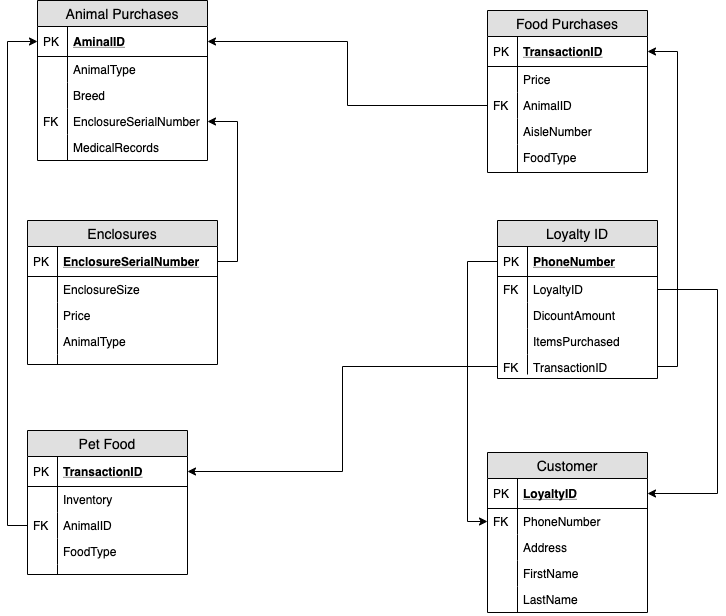
Above: Pet Shop/Pet Shop.png in allykurland/IST201-Spring2020 (draw.io), before the change. Source tidied: cells renumbered, new cells last; positions are measured from the earlier drawing's top-left corner, leaving out a move shared by most shapes.
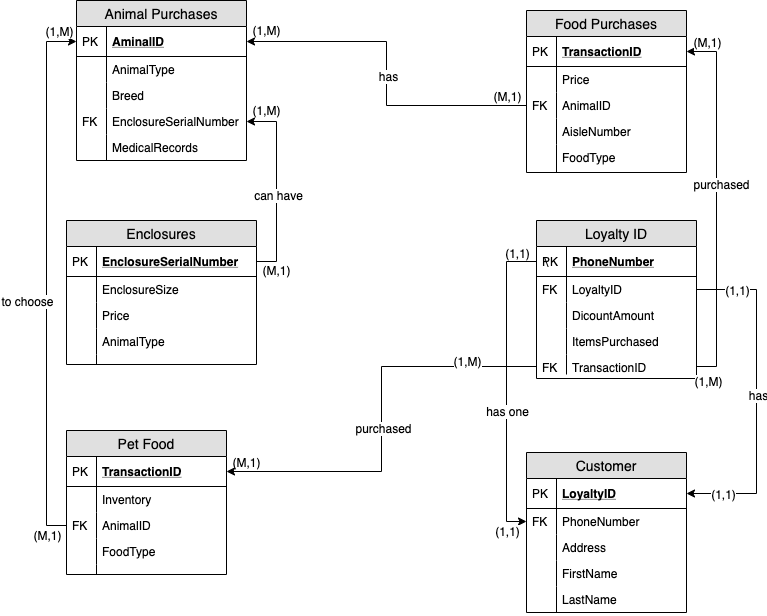
The same file after the commit.

Diff of the diagram source:
```diff
@@ -203,6 +203,21 @@
     <mxCell id="68" style="edgeStyle=orthogonalEdgeStyle;rounded=0;jettySize=auto;html=1;exitX=0;exitY=0.5;exitDx=0;exitDy=0;entryX=0;entryY=0.5;entryDx=0;entryDy=0;" parent="1" edge="1" source="25" target="60">
       <mxGeometry relative="1" as="geometry" />
     </mxCell>
+    <mxCell id="75" value="(1,1)" style="text;html=1;align=center;verticalAlign=middle;labelBackgroundColor=#ffffff;" parent="68" vertex="1">
+      <mxGeometry x="-0.84" y="4" relative="1" as="geometry">
+        <mxPoint x="5" y="-13" as="offset" />
+      </mxGeometry>
+    </mxCell>
+    <mxCell id="76" value="(1,1)" style="text;html=1;align=center;verticalAlign=middle;labelBackgroundColor=#ffffff;" parent="68" vertex="1">
+      <mxGeometry x="0.94" y="-4" relative="1" as="geometry">
+        <mxPoint x="-11" y="5" as="offset" />
+      </mxGeometry>
+    </mxCell>
+    <mxCell id="77" value="has one" style="text;html=1;align=center;verticalAlign=middle;labelBackgroundColor=#ffffff;" parent="68" vertex="1">
+      <mxGeometry x="0.32" y="-3" relative="1" as="geometry">
+        <mxPoint x="3" y="-26" as="offset" />
+      </mxGeometry>
+    </mxCell>
     <mxCell id="69" style="edgeStyle=orthogonalEdgeStyle;rounded=0;jettySize=auto;html=1;exitX=1;exitY=0.5;exitDx=0;exitDy=0;entryX=1;entryY=0.5;entryDx=0;entryDy=0;" parent="1" edge="1" source="27" target="58">
       <mxGeometry relative="1" as="geometry">
         <Array as="points">
@@ -211,20 +226,95 @@
         </Array>
       </mxGeometry>
     </mxCell>
+    <mxCell id="78" value="(1,1)" style="text;html=1;align=center;verticalAlign=middle;labelBackgroundColor=#ffffff;" parent="69" vertex="1">
+      <mxGeometry x="0.78" y="1" relative="1" as="geometry">
+        <mxPoint y="-1" as="offset" />
+      </mxGeometry>
+    </mxCell>
+    <mxCell id="79" value="has" style="text;html=1;align=center;verticalAlign=middle;labelBackgroundColor=#ffffff;" parent="69" vertex="1">
+      <mxGeometry x="-0.01" y="1" relative="1" as="geometry" />
+    </mxCell>
+    <mxCell id="80" value="(1,1)" style="text;html=1;align=center;verticalAlign=middle;labelBackgroundColor=#ffffff;rotation=0;" parent="69" vertex="1">
+      <mxGeometry x="-0.8" relative="1" as="geometry">
+        <mxPoint x="6" as="offset" />
+      </mxGeometry>
+    </mxCell>
     <mxCell id="70" style="edgeStyle=orthogonalEdgeStyle;rounded=0;jettySize=auto;html=1;exitX=1;exitY=0.5;exitDx=0;exitDy=0;entryX=1;entryY=0.5;entryDx=0;entryDy=0;" parent="1" edge="1" source="14" target="9">
       <mxGeometry relative="1" as="geometry" />
     </mxCell>
+    <mxCell id="81" value="can have" style="text;html=1;align=center;verticalAlign=middle;labelBackgroundColor=#ffffff;" parent="70" vertex="1">
+      <mxGeometry x="-0.08" y="-1" relative="1" as="geometry" />
+    </mxCell>
     <mxCell id="71" style="edgeStyle=orthogonalEdgeStyle;rounded=0;jettySize=auto;html=1;exitX=0;exitY=0.5;exitDx=0;exitDy=0;entryX=1;entryY=0.5;entryDx=0;entryDy=0;" parent="1" edge="1" source="51" target="3">
       <mxGeometry relative="1" as="geometry" />
     </mxCell>
+    <mxCell id="82" value="(M,1)" style="text;html=1;align=center;verticalAlign=middle;labelBackgroundColor=#ffffff;" parent="71" vertex="1">
+      <mxGeometry x="-0.74" relative="1" as="geometry">
+        <mxPoint x="24" y="-10" as="offset" />
+      </mxGeometry>
+    </mxCell>
+    <mxCell id="83" value="has" style="text;html=1;align=center;verticalAlign=middle;labelBackgroundColor=#ffffff;" parent="71" vertex="1">
+      <mxGeometry x="-0.19" y="-30" relative="1" as="geometry" />
+    </mxCell>
     <mxCell id="72" style="edgeStyle=orthogonalEdgeStyle;rounded=0;jettySize=auto;html=1;exitX=0;exitY=0.5;exitDx=0;exitDy=0;entryX=0;entryY=0.5;entryDx=0;entryDy=0;" parent="1" edge="1" source="40" target="3">
       <mxGeometry relative="1" as="geometry" />
     </mxCell>
+    <mxCell id="84" value="(M,1)" style="text;html=1;align=center;verticalAlign=middle;labelBackgroundColor=#ffffff;" parent="72" vertex="1">
+      <mxGeometry x="-0.96" y="1" relative="1" as="geometry">
+        <mxPoint x="-10" y="8" as="offset" />
+      </mxGeometry>
+    </mxCell>
+    <mxCell id="85" value="to choose" style="text;html=1;align=center;verticalAlign=middle;labelBackgroundColor=#ffffff;" parent="72" vertex="1">
+      <mxGeometry x="-0.03" relative="1" as="geometry">
+        <mxPoint x="-20" y="15" as="offset" />
+      </mxGeometry>
+    </mxCell>
+    <mxCell id="86" value="(1,M)" style="text;html=1;align=center;verticalAlign=middle;labelBackgroundColor=#ffffff;" parent="72" vertex="1">
+      <mxGeometry x="0.93" y="-2" relative="1" as="geometry">
+        <mxPoint y="-13" as="offset" />
+      </mxGeometry>
+    </mxCell>
     <mxCell id="73" style="edgeStyle=orthogonalEdgeStyle;rounded=0;jettySize=auto;html=1;exitX=0;exitY=0.5;exitDx=0;exitDy=0;entryX=1;entryY=0.5;entryDx=0;entryDy=0;" parent="1" edge="1" source="33" target="36">
       <mxGeometry relative="1" as="geometry" />
     </mxCell>
+    <mxCell id="87" value="purchased" style="text;html=1;align=center;verticalAlign=middle;labelBackgroundColor=#ffffff;" parent="73" vertex="1">
+      <mxGeometry x="0.04" y="1" relative="1" as="geometry" />
+    </mxCell>
+    <mxCell id="88" value="(1,M)" style="text;html=1;align=center;verticalAlign=middle;labelBackgroundColor=#ffffff;" parent="73" vertex="1">
+      <mxGeometry x="-0.54" relative="1" as="geometry">
+        <mxPoint x="26" y="-6" as="offset" />
+      </mxGeometry>
+    </mxCell>
     <mxCell id="74" style="edgeStyle=orthogonalEdgeStyle;rounded=0;jettySize=auto;html=1;exitX=1;exitY=0.5;exitDx=0;exitDy=0;entryX=1;entryY=0.5;entryDx=0;entryDy=0;" parent="1" edge="1" source="33" target="47">
       <mxGeometry relative="1" as="geometry" />
     </mxCell>
+    <mxCell id="89" value="(M,1)" style="text;html=1;align=center;verticalAlign=middle;labelBackgroundColor=#ffffff;" parent="74" vertex="1">
+      <mxGeometry x="0.91" y="2" relative="1" as="geometry">
+        <mxPoint x="3" y="-12" as="offset" />
+      </mxGeometry>
+    </mxCell>
+    <mxCell id="90" value="(1,M)" style="text;html=1;align=center;verticalAlign=middle;labelBackgroundColor=#ffffff;" parent="74" vertex="1">
+      <mxGeometry x="-0.94" y="-1" relative="1" as="geometry">
+        <mxPoint y="13" as="offset" />
+      </mxGeometry>
+    </mxCell>
+    <mxCell id="91" value="purchased" style="text;html=1;align=center;verticalAlign=middle;labelBackgroundColor=#ffffff;" parent="74" vertex="1">
+      <mxGeometry x="0.11" y="-4" relative="1" as="geometry" />
+    </mxCell>
+    <mxCell id="92" value="\" style="text;html=1;align=center;verticalAlign=middle;" parent="1" vertex="1">
+      <mxGeometry x="470" y="252" width="20" height="20" as="geometry" />
+    </mxCell>
+    <mxCell id="93" value="(M,1)" style="text;html=1;align=center;verticalAlign=middle;" parent="1" vertex="1">
+      <mxGeometry x="160" y="452" width="40" height="20" as="geometry" />
+    </mxCell>
+    <mxCell id="94" value="(1,M)" style="text;html=1;align=center;verticalAlign=middle;" parent="1" vertex="1">
+      <mxGeometry x="180" y="20" width="40" height="20" as="geometry" />
+    </mxCell>
+    <mxCell id="95" value="(1,M)" style="text;html=1;align=center;verticalAlign=middle;" parent="1" vertex="1">
+      <mxGeometry x="180" y="100" width="40" height="20" as="geometry" />
+    </mxCell>
+    <mxCell id="96" value="(M,1)" style="text;html=1;align=center;verticalAlign=middle;" parent="1" vertex="1">
+      <mxGeometry x="190" y="260" width="40" height="20" as="geometry" />
+    </mxCell>
   </root>
 </mxGraphModel>
```
